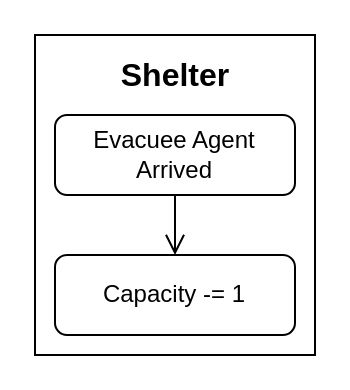
Before: page "Shelter" (3 of 5) of new_model/man/EvacuationFlow.drawio in erick2307/tsuevac, a draw.io diagram. Source tidied: cells renumbered, new cells numbered last; positions are measured from the earlier drawing's top-left corner, leaving out a move shared by most shapes. Both pictures are drawn from the tidied source at 200%, with x=0, y=0 at pixel (34, 34).
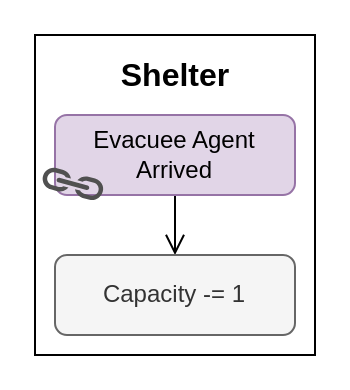
Above is the later version.

Diff of the diagram source:
```diff
@@
 <mxGraphModel>
   <root>
     <mxCell id="0" />
     <mxCell id="1" parent="0" />
     <mxCell id="2" style="rounded=0;whiteSpace=wrap;html=1;shadow=0;glass=0;strokeWidth=1;fillColor=default;" parent="1" vertex="1">
       <mxGeometry width="140" height="160" as="geometry" />
     </mxCell>
     <mxCell id="3" style="edgeStyle=orthogonalEdgeStyle;rounded=0;jettySize=auto;html=1;endArrow=open;endFill=0;endSize=8;" parent="1" edge="1" source="4" target="6">
       <mxGeometry relative="1" as="geometry" />
     </mxCell>
-    <mxCell id="4" value="Evacuee Agent Arrived" style="rounded=1;whiteSpace=wrap;html=1;fontSize=12;glass=0;strokeWidth=1;shadow=0;fillColor=default;" parent="1" vertex="1">
+    <mxCell id="4" value="Evacuee Agent Arrived" style="rounded=1;whiteSpace=wrap;html=1;fontSize=12;glass=0;strokeWidth=1;shadow=0;fillColor=#e1d5e7;strokeColor=#9673a6;" parent="1" vertex="1">
       <mxGeometry x="10" y="40" width="120" height="40" as="geometry" />
     </mxCell>
     <mxCell id="5" value="Shelter" style="text;html=1;align=center;verticalAlign=middle;strokeColor=none;fillColor=none;fontStyle=1;fontSize=16;rounded=1;shadow=0;glass=0;" parent="1" vertex="1">
       <mxGeometry x="35" y="10" width="70" height="20" as="geometry" />
     </mxCell>
-    <mxCell id="6" value="Capacity -= 1" style="rounded=1;whiteSpace=wrap;html=1;fontSize=12;glass=0;strokeWidth=1;shadow=0;fillColor=default;" parent="1" vertex="1">
+    <mxCell id="6" value="Capacity -= 1" style="rounded=1;whiteSpace=wrap;html=1;fontSize=12;glass=0;strokeWidth=1;shadow=0;fillColor=#f5f5f5;fontColor=#333333;strokeColor=#666666;" parent="1" vertex="1">
       <mxGeometry x="10" y="110" width="120" height="40" as="geometry" />
     </mxCell>
+    <mxCell id="7" style="sketch=0;shadow=0;dashed=0;html=1;strokeColor=none;fillColor=#505050;labelPosition=center;verticalLabelPosition=bottom;verticalAlign=top;align=center;shape=mxgraph.office.concepts.link;rotation=15;" parent="1" vertex="1">
+      <mxGeometry x="3.1" y="69" width="31.9" height="11" as="geometry" />
+    </mxCell>
   </root>
 </mxGraphModel>
```
